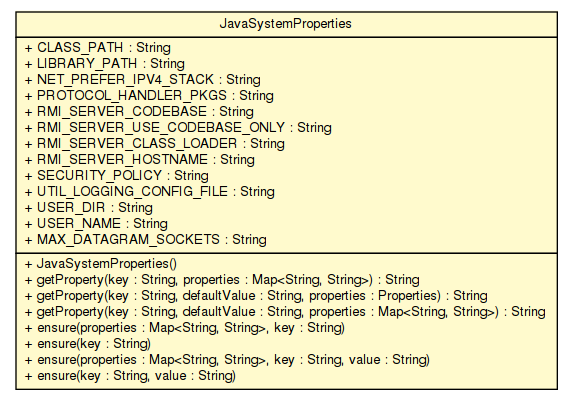
The Graphviz diagram apidocs/sorcer/util/JavaSystemProperties.png in sorcersoft/sorcersoft.github.io, before a commit. Its source is kept beside it as apidocs/sorcer/util/JavaSystemProperties.dot.
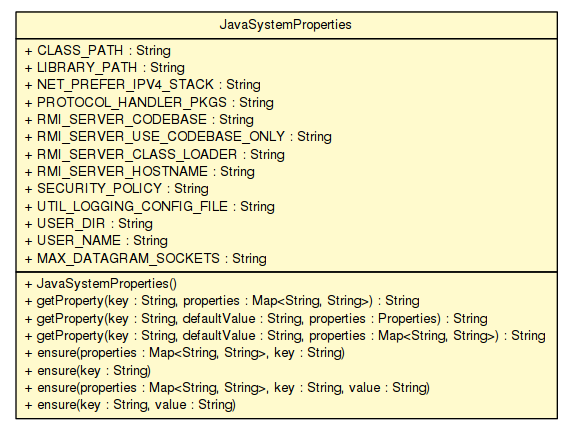
After the commit.

Diff of the diagram source:
```diff
@@ -4,7 +4,7 @@
 	node [fontname="Helvetica",fontsize=10,shape=plaintext];
 	nodesep=0.25;
 	ranksep=0.5;
-	c257406 [label=<<table title="sorcer.util.JavaSystemProperties" border="0" cellborder="1" cellspacing="0" cellpadding="2" port="p" bgcolor="lemonChiffon" href="./JavaSystemProperties.html">
+	c294658 [label=<<table title="sorcer.util.JavaSystemProperties" border="0" cellborder="1" cellspacing="0" cellpadding="2" port="p" bgcolor="lemonChiffon" href="./JavaSystemProperties.html">
 		<tr><td><table border="0" cellspacing="0" cellpadding="1">
 <tr><td align="center" balign="center"> JavaSystemProperties </td></tr>
 		</table></td></tr>
```
